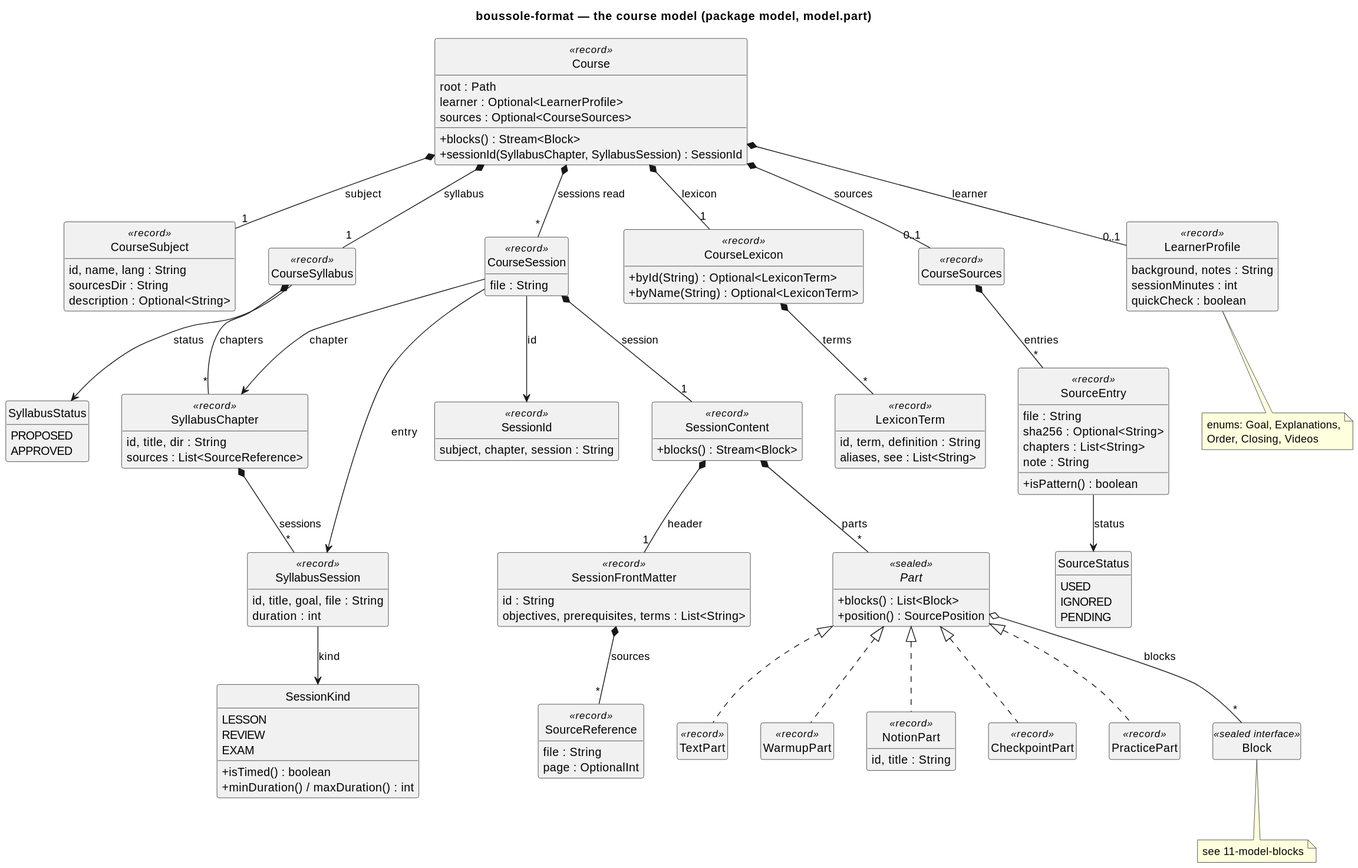
lucasssoh/Boussole keeps this PlantUML diagram as docs/diagrams/10-model-course.svg. Above is the earlier version.
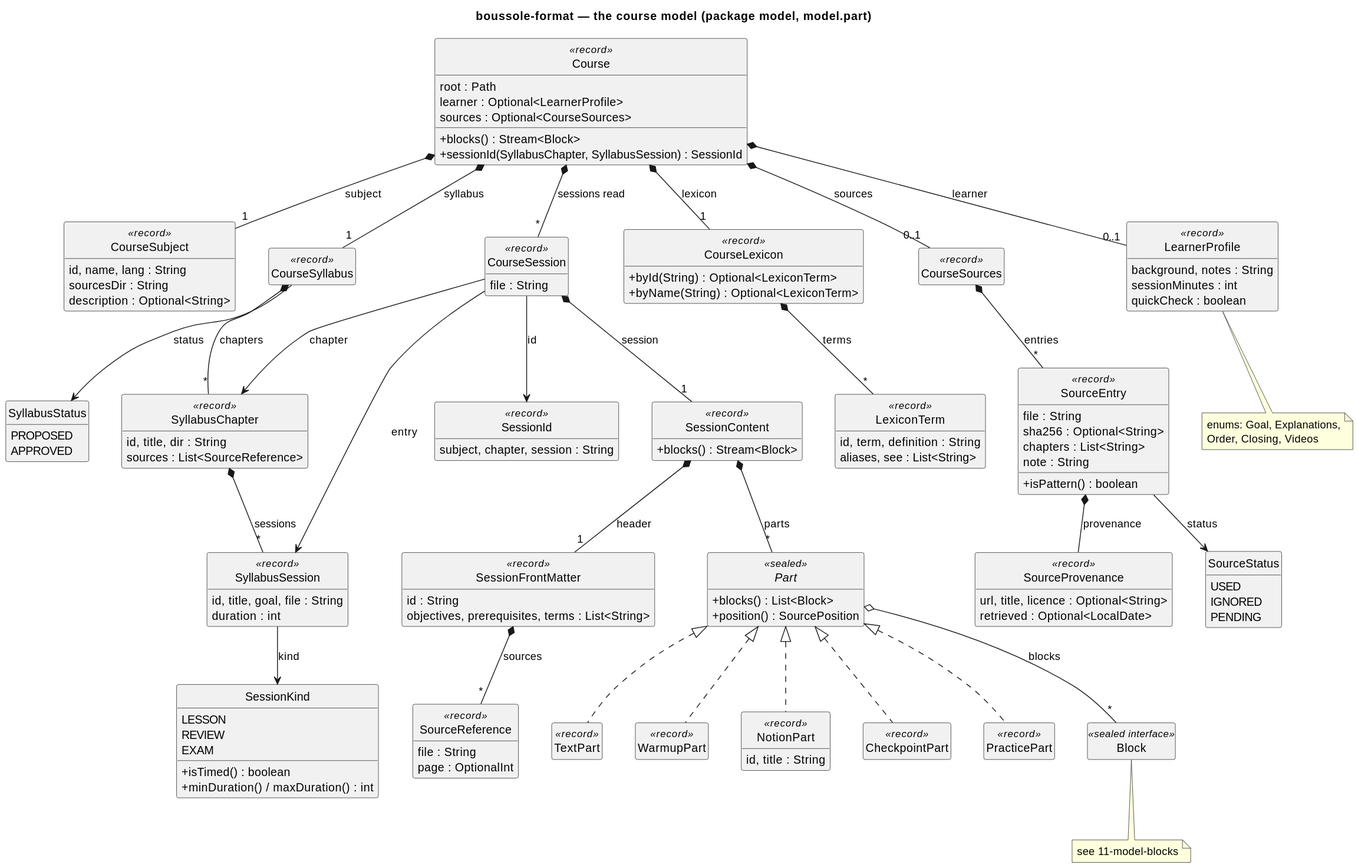
Above is the later version.

What changed in the source:
```diff
@@ -58,6 +58,10 @@
   note : String
   +isPattern() : boolean
 }
+class SourceProvenance <<record>> {
+  url, title, licence : Optional<String>
+  retrieved : Optional<LocalDate>
+}
 enum SourceStatus {
   USED
   IGNORED
@@ -106,6 +110,7 @@
 Course *-- "0..1" CourseSources : sources
 CourseSources *-- "*" SourceEntry : entries
 SourceEntry --> SourceStatus : status
+SourceEntry *-- SourceProvenance : provenance
 Course *-- "*" CourseSession : sessions read
 CourseSyllabus *-- "*" SyllabusChapter : chapters
 CourseSyllabus --> SyllabusStatus : status
```
